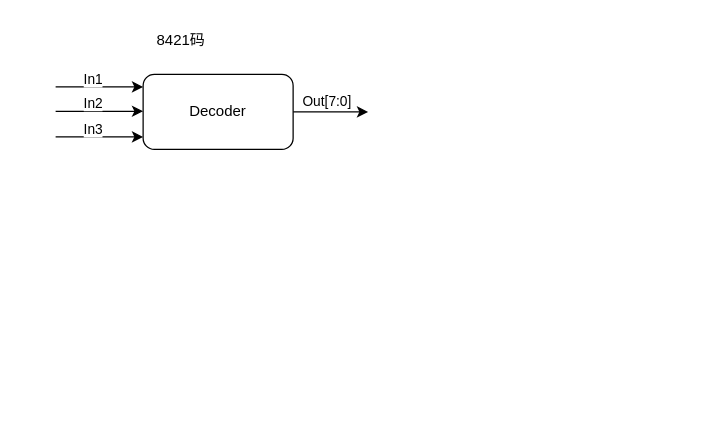
The draw.io diagram Untitled Diagram.drawio in kanosukii/draw, before the edit. Source tidied: cells renumbered, new cells numbered last; positions are measured from the earlier drawing's top-left corner, leaving out a move shared by most shapes. Both pictures are drawn from the tidied source at 125%, with x=0, y=0 at pixel (55, 21).
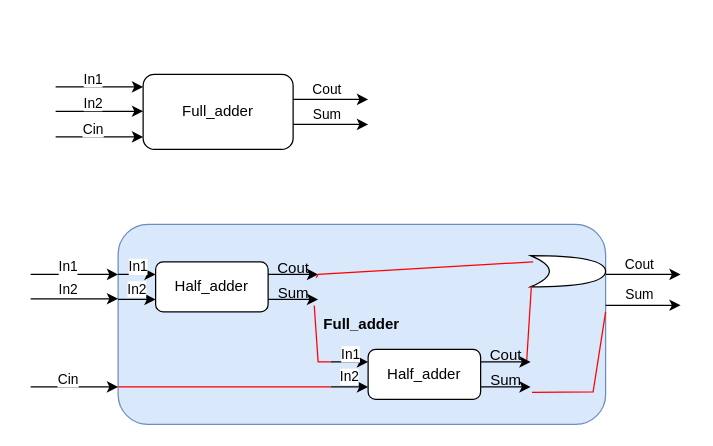
Above is the later version.

Diff of the diagram source:
```diff
@@
+    <mxCell id="12" value="&lt;div style=&quot;&quot;&gt;&lt;b style=&quot;background-color: initial;&quot;&gt;Full_adder&lt;/b&gt;&lt;/div&gt;" style="rounded=1;whiteSpace=wrap;html=1;fillColor=#dae8fc;strokeColor=#6c8ebf;align=center;" parent="1" vertex="1">
+      <mxGeometry x="50" y="162" width="390" height="160" as="geometry" />
+    </mxCell>
-    <mxCell id="2" style="edgeStyle=orthogonalEdgeStyle;rounded=0;jettySize=auto;html=1;exitX=1;exitY=0.5;exitDx=0;exitDy=0;" parent="1" edge="1" source="4">
+    <mxCell id="2" style="edgeStyle=orthogonalEdgeStyle;rounded=0;orthogonalLoop=1;jettySize=auto;html=1;exitX=1;exitY=0.5;exitDx=0;exitDy=0;" parent="1" edge="1">
       <mxGeometry relative="1" as="geometry">
-        <mxPoint x="250" y="72" as="targetPoint" />
+        <mxPoint x="190" y="62" as="sourcePoint" />
+        <mxPoint x="250" y="62" as="targetPoint" />
       </mxGeometry>
     </mxCell>
-    <mxCell id="3" value="Out[7:0]" style="edgeLabel;html=1;align=center;verticalAlign=middle;" parent="2" vertex="1">
+    <mxCell id="3" value="Cout" style="edgeLabel;html=1;align=center;verticalAlign=middle;" parent="2" vertex="1">
       <mxGeometry x="-0.15" y="9" relative="1" as="geometry" />
     </mxCell>
-    <mxCell id="4" value="Decoder" style="rounded=1;whiteSpace=wrap;html=1;" parent="1" vertex="1">
+    <mxCell id="4" value="Full_adder" style="rounded=1;whiteSpace=wrap;html=1;" parent="1" vertex="1">
       <mxGeometry x="70" y="42" width="120" height="60" as="geometry" />
     </mxCell>
@@
-    <mxCell id="7" style="endArrow=classic;html=1;rounded=0;" parent="1" edge="1">
-      <mxGeometry relative="1" as="geometry">
-        <mxPoint y="92" as="sourcePoint" />
-        <mxPoint x="70" y="92" as="targetPoint" />
-      </mxGeometry>
-    </mxCell>
-    <mxCell id="8" value="In3" style="edgeLabel;html=1;align=center;verticalAlign=middle;" parent="7" vertex="1">
-      <mxGeometry x="-0.18" y="7" relative="1" as="geometry" />
-    </mxCell>
@@
-    <mxCell id="11" value="8421码" style="text;html=1;align=center;verticalAlign=middle;strokeColor=none;fillColor=none;" parent="1" vertex="1">
-      <mxGeometry x="70" width="60" height="30" as="geometry" />
-    </mxCell>
+    <mxCell id="13" style="edgeStyle=orthogonalEdgeStyle;rounded=0;orthogonalLoop=1;jettySize=auto;html=1;exitX=1;exitY=0.5;exitDx=0;exitDy=0;" parent="1" edge="1">
+      <mxGeometry relative="1" as="geometry">
+        <mxPoint x="190" y="82" as="sourcePoint" />
+        <mxPoint x="250" y="82" as="targetPoint" />
+      </mxGeometry>
+    </mxCell>
+    <mxCell id="14" value="Sum" style="edgeLabel;html=1;align=center;verticalAlign=middle;" parent="13" vertex="1">
+      <mxGeometry x="-0.15" y="9" relative="1" as="geometry" />
+    </mxCell>
+    <mxCell id="15" style="endArrow=classic;html=1;rounded=0;" parent="1" edge="1">
+      <mxGeometry relative="1" as="geometry">
+        <mxPoint y="92" as="sourcePoint" />
+        <mxPoint x="70" y="92" as="targetPoint" />
+      </mxGeometry>
+    </mxCell>
+    <mxCell id="16" value="Cin" style="edgeLabel;html=1;align=center;verticalAlign=middle;" parent="15" vertex="1">
+      <mxGeometry x="-0.18" y="7" relative="1" as="geometry" />
+    </mxCell>
+    <mxCell id="17" style="edgeStyle=orthogonalEdgeStyle;rounded=0;orthogonalLoop=1;jettySize=auto;html=1;exitX=1;exitY=0.5;exitDx=0;exitDy=0;" parent="1" edge="1">
+      <mxGeometry relative="1" as="geometry">
+        <mxPoint x="440" y="202" as="sourcePoint" />
+        <mxPoint x="500" y="202" as="targetPoint" />
+      </mxGeometry>
+    </mxCell>
+    <mxCell id="18" value="Cout" style="edgeLabel;html=1;align=center;verticalAlign=middle;" parent="17" vertex="1">
+      <mxGeometry x="-0.15" y="9" relative="1" as="geometry" />
+    </mxCell>
+    <mxCell id="19" value="Half&lt;span style=&quot;background-color: initial;&quot;&gt;_adder&lt;/span&gt;" style="rounded=1;whiteSpace=wrap;html=1;" parent="1" vertex="1">
+      <mxGeometry x="80" y="192" width="90" height="40" as="geometry" />
+    </mxCell>
+    <mxCell id="20" style="endArrow=classic;html=1;rounded=0;" parent="1" edge="1">
+      <mxGeometry relative="1" as="geometry">
+        <mxPoint x="-20" y="221.5" as="sourcePoint" />
+        <mxPoint x="50" y="221.5" as="targetPoint" />
+      </mxGeometry>
+    </mxCell>
+    <mxCell id="21" value="In2" style="edgeLabel;html=1;align=center;verticalAlign=middle;" parent="20" vertex="1">
+      <mxGeometry x="-0.18" y="7" relative="1" as="geometry">
+        <mxPoint y="-1" as="offset" />
+      </mxGeometry>
+    </mxCell>
+    <mxCell id="22" style="endArrow=classic;html=1;rounded=0;" parent="1" edge="1">
+      <mxGeometry relative="1" as="geometry">
+        <mxPoint x="-20" y="202" as="sourcePoint" />
+        <mxPoint x="50" y="202" as="targetPoint" />
+      </mxGeometry>
+    </mxCell>
+    <mxCell id="23" value="In1" style="edgeLabel;html=1;align=center;verticalAlign=middle;" parent="22" vertex="1">
+      <mxGeometry x="-0.18" y="7" relative="1" as="geometry" />
+    </mxCell>
+    <mxCell id="24" style="edgeStyle=orthogonalEdgeStyle;rounded=0;orthogonalLoop=1;jettySize=auto;html=1;exitX=1;exitY=0.5;exitDx=0;exitDy=0;" parent="1" edge="1">
+      <mxGeometry relative="1" as="geometry">
+        <mxPoint x="440" y="226.7" as="sourcePoint" />
+        <mxPoint x="500" y="226.7" as="targetPoint" />
+      </mxGeometry>
+    </mxCell>
+    <mxCell id="25" value="Sum" style="edgeLabel;html=1;align=center;verticalAlign=middle;" parent="24" vertex="1">
+      <mxGeometry x="-0.15" y="9" relative="1" as="geometry" />
+    </mxCell>
+    <mxCell id="26" style="endArrow=classic;html=1;rounded=0;" parent="1" edge="1">
+      <mxGeometry relative="1" as="geometry">
+        <mxPoint x="-20" y="292" as="sourcePoint" />
+        <mxPoint x="50" y="292" as="targetPoint" />
+      </mxGeometry>
+    </mxCell>
+    <mxCell id="27" value="Cin" style="edgeLabel;html=1;align=center;verticalAlign=middle;" parent="26" vertex="1">
+      <mxGeometry x="-0.18" y="7" relative="1" as="geometry" />
+    </mxCell>
+    <mxCell id="28" style="endArrow=classic;html=1;rounded=0;" parent="1" edge="1">
+      <mxGeometry relative="1" as="geometry">
+        <mxPoint x="50" y="202" as="sourcePoint" />
+        <mxPoint x="80" y="202" as="targetPoint" />
+      </mxGeometry>
+    </mxCell>
+    <mxCell id="29" style="endArrow=classic;html=1;rounded=0;" parent="1" edge="1">
+      <mxGeometry relative="1" as="geometry">
+        <mxPoint x="50" y="222" as="sourcePoint" />
+        <mxPoint x="80" y="222" as="targetPoint" />
+      </mxGeometry>
+    </mxCell>
+    <mxCell id="30" value="In1" style="edgeLabel;html=1;align=center;verticalAlign=middle;" parent="1" vertex="1">
+      <mxGeometry x="20" y="212" as="geometry">
+        <mxPoint x="45" y="-17" as="offset" />
+      </mxGeometry>
+    </mxCell>
+    <mxCell id="31" value="In2" style="edgeLabel;html=1;align=center;verticalAlign=middle;" parent="1" vertex="1">
+      <mxGeometry x="120" y="242" as="geometry">
+        <mxPoint x="-56" y="-29" as="offset" />
+      </mxGeometry>
+    </mxCell>
+    <mxCell id="32" style="endArrow=classic;html=1;rounded=0;" parent="1" edge="1">
+      <mxGeometry relative="1" as="geometry">
+        <mxPoint x="170" y="202" as="sourcePoint" />
+        <mxPoint x="210" y="202" as="targetPoint" />
+      </mxGeometry>
+    </mxCell>
+    <mxCell id="33" style="endArrow=classic;html=1;rounded=0;" parent="1" edge="1">
+      <mxGeometry relative="1" as="geometry">
+        <mxPoint x="170" y="222" as="sourcePoint" />
+        <mxPoint x="210" y="222" as="targetPoint" />
+      </mxGeometry>
+    </mxCell>
+    <mxCell id="34" value="Cout" style="text;html=1;align=center;verticalAlign=middle;strokeColor=none;fillColor=none;" parent="1" vertex="1">
+      <mxGeometry x="165" y="182" width="50" height="30" as="geometry" />
+    </mxCell>
+    <mxCell id="35" value="Sum" style="text;html=1;align=center;verticalAlign=middle;points=[];strokeColor=none;fillColor=none;" parent="1" vertex="1">
+      <mxGeometry x="165" y="202" width="50" height="30" as="geometry" />
+    </mxCell>
+    <mxCell id="36" value="Half&lt;span style=&quot;background-color: initial;&quot;&gt;_adder&lt;/span&gt;" style="rounded=1;whiteSpace=wrap;html=1;" parent="1" vertex="1">
+      <mxGeometry x="250" y="262" width="90" height="40" as="geometry" />
+    </mxCell>
+    <mxCell id="37" style="endArrow=classic;html=1;rounded=0;" parent="1" edge="1">
+      <mxGeometry relative="1" as="geometry">
+        <mxPoint x="220" y="272" as="sourcePoint" />
+        <mxPoint x="250" y="272" as="targetPoint" />
+      </mxGeometry>
+    </mxCell>
+    <mxCell id="38" style="endArrow=classic;html=1;rounded=0;" parent="1" edge="1">
+      <mxGeometry relative="1" as="geometry">
+        <mxPoint x="220" y="292" as="sourcePoint" />
+        <mxPoint x="250" y="292" as="targetPoint" />
+      </mxGeometry>
+    </mxCell>
+    <mxCell id="39" value="In1" style="edgeLabel;html=1;align=center;verticalAlign=middle;" parent="1" vertex="1">
+      <mxGeometry x="190" y="282" as="geometry">
+        <mxPoint x="45" y="-17" as="offset" />
+      </mxGeometry>
+    </mxCell>
+    <mxCell id="40" value="In2" style="edgeLabel;html=1;align=center;verticalAlign=middle;" parent="1" vertex="1">
+      <mxGeometry x="290" y="312" as="geometry">
+        <mxPoint x="-56" y="-29" as="offset" />
+      </mxGeometry>
+    </mxCell>
+    <mxCell id="41" style="endArrow=classic;html=1;rounded=0;" parent="1" edge="1">
+      <mxGeometry relative="1" as="geometry">
+        <mxPoint x="340" y="272" as="sourcePoint" />
+        <mxPoint x="380" y="272" as="targetPoint" />
+      </mxGeometry>
+    </mxCell>
+    <mxCell id="42" style="endArrow=classic;html=1;rounded=0;" parent="1" edge="1">
+      <mxGeometry relative="1" as="geometry">
+        <mxPoint x="340" y="292" as="sourcePoint" />
+        <mxPoint x="380" y="292" as="targetPoint" />
+      </mxGeometry>
+    </mxCell>
+    <mxCell id="43" value="Cout" style="text;html=1;align=center;verticalAlign=middle;strokeColor=none;fillColor=none;" parent="1" vertex="1">
+      <mxGeometry x="335" y="252" width="50" height="30" as="geometry" />
+    </mxCell>
+    <mxCell id="44" value="Sum" style="text;html=1;align=center;verticalAlign=middle;points=[];strokeColor=none;fillColor=none;" parent="1" vertex="1">
+      <mxGeometry x="335" y="272" width="50" height="30" as="geometry" />
+    </mxCell>
+    <mxCell id="45" style="endArrow=none;html=1;rounded=0;strokeColor=#FF0000;" parent="1" edge="1">
+      <mxGeometry relative="1" as="geometry">
+        <mxPoint x="50" y="292" as="sourcePoint" />
+        <mxPoint x="220" y="292" as="targetPoint" />
+      </mxGeometry>
+    </mxCell>
+    <mxCell id="46" style="shape=xor;whiteSpace=wrap;html=1;" parent="1" vertex="1">
+      <mxGeometry x="380" y="187" width="60" height="25" as="geometry" />
+    </mxCell>
+    <mxCell id="47" style="endArrow=none;html=1;rounded=0;exitX=0.869;exitY=0.091;exitDx=0;exitDy=0;exitPerimeter=0;strokeColor=#FF0000;" parent="1" edge="1" source="35">
+      <mxGeometry relative="1" as="geometry">
+        <mxPoint x="382" y="192" as="targetPoint" />
+        <Array as="points">
+          <mxPoint x="210" y="202" />
+        </Array>
+      </mxGeometry>
+    </mxCell>
+    <mxCell id="48" style="endArrow=none;html=1;rounded=0;entryX=0.01;entryY=0.962;entryDx=0;entryDy=0;entryPerimeter=0;exitX=0.838;exitY=-0.049;exitDx=0;exitDy=0;exitPerimeter=0;strokeColor=#FF0000;" parent="1" edge="1" source="44" target="46">
+      <mxGeometry relative="1" as="geometry" />
+    </mxCell>
+    <mxCell id="49" style="endArrow=none;html=1;rounded=0;entryX=0.838;entryY=0.828;entryDx=0;entryDy=0;entryPerimeter=0;strokeColor=#FF0000;" parent="1" edge="1" target="35">
+      <mxGeometry relative="1" as="geometry">
+        <mxPoint x="220" y="272" as="sourcePoint" />
+        <Array as="points">
+          <mxPoint x="210" y="272" />
+        </Array>
+      </mxGeometry>
+    </mxCell>
+    <mxCell id="50" style="endArrow=none;html=1;rounded=0;exitX=0.922;exitY=0.811;exitDx=0;exitDy=0;exitPerimeter=0;strokeColor=#FF0000;" parent="1" edge="1" source="44">
+      <mxGeometry relative="1" as="geometry">
+        <mxPoint x="440" y="232" as="targetPoint" />
+        <Array as="points">
+          <mxPoint x="430" y="296" />
+        </Array>
+      </mxGeometry>
+    </mxCell>
```
